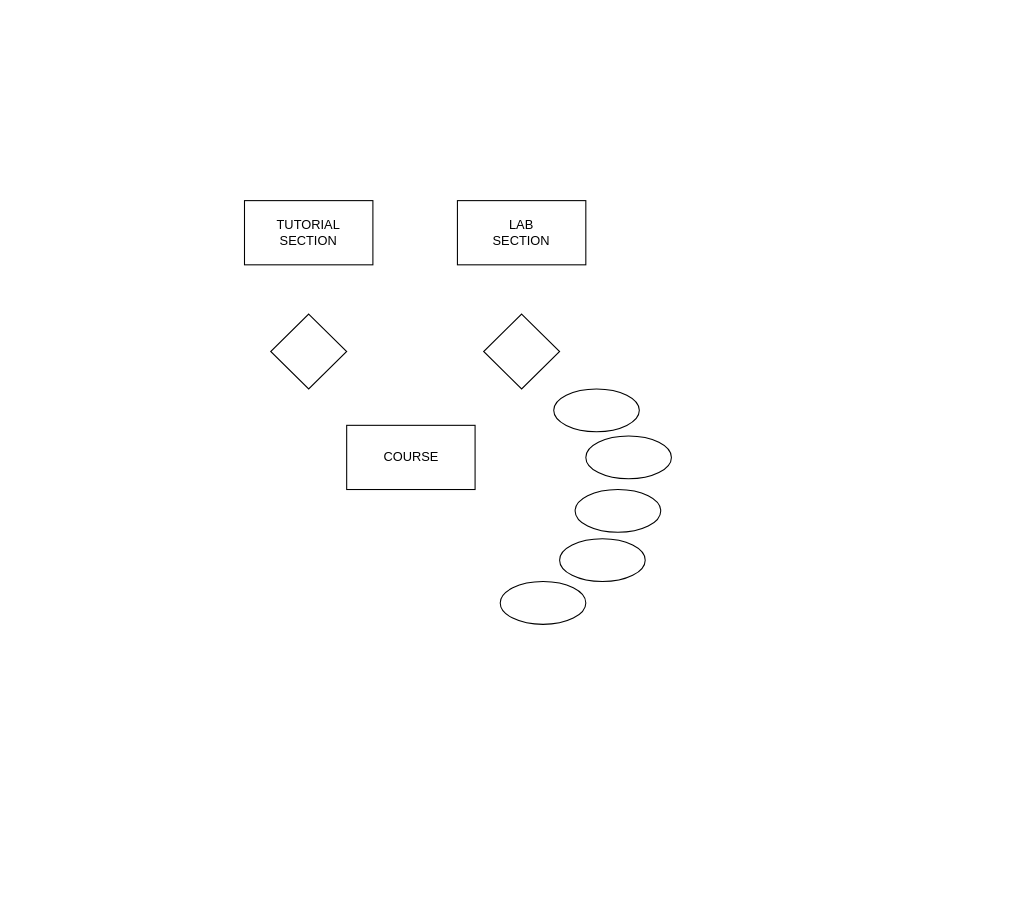
The draw.io diagram Untitled Diagram.drawio in JohnMugambi/Files, before the edit. Source tidied: cells renumbered, new cells numbered last; positions are measured from the earlier drawing's top-left corner, leaving out a move shared by most shapes. Both pictures are drawn from the tidied source at 107%, with x=0, y=0 at pixel (244, 200).
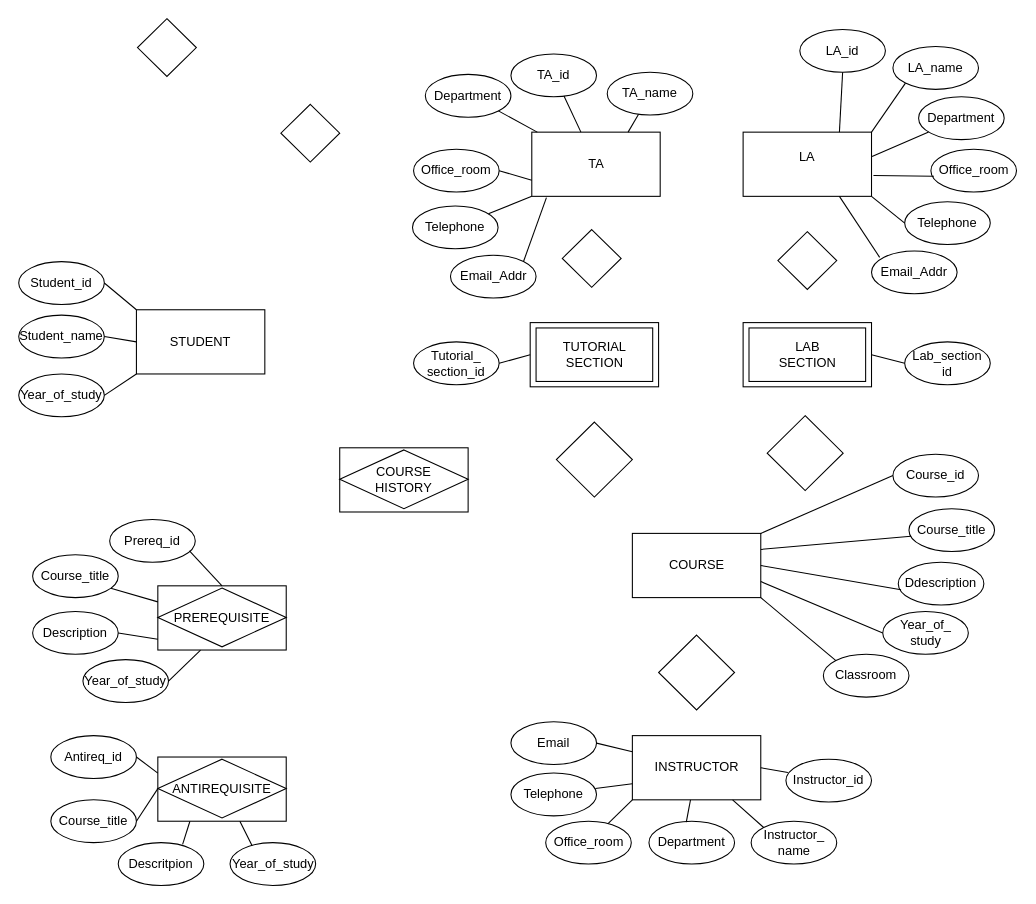
The same page after the edit.

Change to the diagram source:
```diff
@@
     <mxCell id="2" value="COURSE" style="rounded=0;whiteSpace=wrap;html=1;" parent="1" vertex="1">
-      <mxGeometry x="95.5" y="210" width="120" height="60" as="geometry" />
+      <mxGeometry x="362.5" y="311" width="120" height="60" as="geometry" />
     </mxCell>
-    <mxCell id="3" value="&lt;div&gt;LAB&lt;/div&gt;&lt;div&gt;SECTION&lt;br&gt;&lt;/div&gt;" style="rounded=0;whiteSpace=wrap;html=1;" parent="1" vertex="1">
-      <mxGeometry x="199" width="120" height="60" as="geometry" />
+    <mxCell id="3" value="&lt;div&gt;LA&lt;/div&gt;&lt;div&gt;&lt;br&gt;&lt;/div&gt;" style="rounded=0;whiteSpace=wrap;html=1;" parent="1" vertex="1">
+      <mxGeometry x="466" y="-64" width="120" height="60" as="geometry" />
     </mxCell>
-    <mxCell id="4" value="&lt;div&gt;TUTORIAL&lt;/div&gt;&lt;div&gt;SECTION&lt;br&gt;&lt;/div&gt;" style="rounded=0;whiteSpace=wrap;html=1;" parent="1" vertex="1">
-      <mxGeometry width="120" height="60" as="geometry" />
-    </mxCell>
     <mxCell id="5" style="rhombus;whiteSpace=wrap;html=1;" parent="1" vertex="1">
-      <mxGeometry x="24.5" y="106" width="71" height="70" as="geometry" />
+      <mxGeometry x="291.5" y="207" width="71" height="70" as="geometry" />
     </mxCell>
     <mxCell id="6" style="rhombus;whiteSpace=wrap;html=1;" parent="1" vertex="1">
-      <mxGeometry x="223.5" y="106" width="71" height="70" as="geometry" />
+      <mxGeometry x="488.5" y="201" width="71" height="70" as="geometry" />
     </mxCell>
-    <mxCell id="7" style="ellipse;whiteSpace=wrap;html=1;" parent="1" vertex="1">
-      <mxGeometry x="289" y="176" width="80" height="40" as="geometry" />
+    <mxCell id="7" value="Course_id" style="ellipse;whiteSpace=wrap;html=1;" parent="1" vertex="1">
+      <mxGeometry x="606" y="237" width="80" height="40" as="geometry" />
     </mxCell>
-    <mxCell id="8" style="ellipse;whiteSpace=wrap;html=1;" parent="1" vertex="1">
-      <mxGeometry x="319" y="220" width="80" height="40" as="geometry" />
+    <mxCell id="8" value="Course_title" style="ellipse;whiteSpace=wrap;html=1;" parent="1" vertex="1">
+      <mxGeometry x="621" y="288" width="80" height="40" as="geometry" />
     </mxCell>
-    <mxCell id="9" style="ellipse;whiteSpace=wrap;html=1;" parent="1" vertex="1">
-      <mxGeometry x="309" y="270" width="80" height="40" as="geometry" />
+    <mxCell id="9" value="Ddescription" style="ellipse;whiteSpace=wrap;html=1;" parent="1" vertex="1">
+      <mxGeometry x="611" y="338" width="80" height="40" as="geometry" />
     </mxCell>
-    <mxCell id="10" style="ellipse;whiteSpace=wrap;html=1;" parent="1" vertex="1">
-      <mxGeometry x="294.5" y="316" width="80" height="40" as="geometry" />
+    <mxCell id="10" value="Year_of_&lt;div&gt;study&lt;br&gt;&lt;/div&gt;" style="ellipse;whiteSpace=wrap;html=1;" parent="1" vertex="1">
+      <mxGeometry x="596.5" y="384" width="80" height="40" as="geometry" />
     </mxCell>
-    <mxCell id="11" style="ellipse;whiteSpace=wrap;html=1;" parent="1" vertex="1">
-      <mxGeometry x="239" y="356" width="80" height="40" as="geometry" />
+    <mxCell id="11" value="Classroom" style="ellipse;whiteSpace=wrap;html=1;" parent="1" vertex="1">
+      <mxGeometry x="541" y="424" width="80" height="40" as="geometry" />
     </mxCell>
+    <mxCell id="12" value="TA" style="rounded=0;whiteSpace=wrap;html=1;" parent="1" vertex="1">
+      <mxGeometry x="268.5" y="-64" width="120" height="60" as="geometry" />
+    </mxCell>
+    <mxCell id="13" style="rhombus;whiteSpace=wrap;html=1;" parent="1" vertex="1">
+      <mxGeometry x="297" y="27" width="55" height="54" as="geometry" />
+    </mxCell>
+    <mxCell id="14" style="rhombus;whiteSpace=wrap;html=1;" parent="1" vertex="1">
+      <mxGeometry x="498.5" y="29" width="55" height="54" as="geometry" />
+    </mxCell>
+    <mxCell id="4" value="&lt;div&gt;&lt;br&gt;&lt;/div&gt;&lt;div&gt;&lt;br&gt;&lt;/div&gt;" style="rounded=0;whiteSpace=wrap;html=1;" parent="1" vertex="1">
+      <mxGeometry x="267" y="114" width="120" height="60" as="geometry" />
+    </mxCell>
+    <mxCell id="15" value="&lt;div&gt;TUTORIAL&lt;/div&gt;&lt;div&gt;SECTION&lt;br&gt;&lt;/div&gt;" style="rounded=0;whiteSpace=wrap;html=1;" parent="1" vertex="1">
+      <mxGeometry x="272.5" y="119" width="109" height="50" as="geometry" />
+    </mxCell>
+    <mxCell id="16" value="&lt;div&gt;&lt;br&gt;&lt;/div&gt;&lt;div&gt;&lt;br&gt;&lt;/div&gt;" style="rounded=0;whiteSpace=wrap;html=1;" parent="1" vertex="1">
+      <mxGeometry x="466" y="114" width="120" height="60" as="geometry" />
+    </mxCell>
+    <mxCell id="17" value="&lt;div&gt;LAB&lt;/div&gt;&lt;div&gt;SECTION&lt;br&gt;&lt;/div&gt;" style="rounded=0;whiteSpace=wrap;html=1;" parent="1" vertex="1">
+      <mxGeometry x="471.5" y="119" width="109" height="50" as="geometry" />
+    </mxCell>
+    <mxCell id="18" value="INSTRUCTOR" style="rounded=0;whiteSpace=wrap;html=1;" parent="1" vertex="1">
+      <mxGeometry x="362.5" y="500" width="120" height="60" as="geometry" />
+    </mxCell>
+    <mxCell id="19" style="rhombus;whiteSpace=wrap;html=1;" parent="1" vertex="1">
+      <mxGeometry x="387" y="406" width="71" height="70" as="geometry" />
+    </mxCell>
+    <mxCell id="20" style="rhombus;whiteSpace=wrap;html=1;" parent="1" vertex="1">
+      <mxGeometry x="34" y="-90" width="55" height="54" as="geometry" />
+    </mxCell>
+    <mxCell id="21" style="rhombus;whiteSpace=wrap;html=1;" parent="1" vertex="1">
+      <mxGeometry x="-100" y="-170" width="55" height="54" as="geometry" />
+    </mxCell>
+    <mxCell id="22" value="STUDENT" style="rounded=0;whiteSpace=wrap;html=1;" parent="1" vertex="1">
+      <mxGeometry x="-101" y="102" width="120" height="60" as="geometry" />
+    </mxCell>
+    <mxCell id="23" style="group;" parent="1" vertex="1">
+      <mxGeometry x="-81" y="360" width="120" height="60" as="geometry" />
+    </mxCell>
+    <mxCell id="24" style="rounded=0;whiteSpace=wrap;html=1;" parent="23" vertex="1">
+      <mxGeometry width="120" height="60" as="geometry" />
+    </mxCell>
+    <mxCell id="25" value="PREREQUISITE" style="rhombus;whiteSpace=wrap;html=1;" parent="23" vertex="1">
+      <mxGeometry y="2" width="120" height="55" as="geometry" />
+    </mxCell>
+    <mxCell id="26" style="group;" parent="1" vertex="1">
+      <mxGeometry x="89" y="231" width="120" height="60" as="geometry" />
+    </mxCell>
+    <mxCell id="27" style="rounded=0;whiteSpace=wrap;html=1;" parent="26" vertex="1">
+      <mxGeometry width="120" height="60" as="geometry" />
+    </mxCell>
+    <mxCell id="28" value="&lt;div&gt;COURSE&lt;/div&gt;&lt;div&gt;HISTORY&lt;br&gt;&lt;/div&gt;" style="rhombus;whiteSpace=wrap;html=1;" parent="26" vertex="1">
+      <mxGeometry y="2" width="120" height="55" as="geometry" />
+    </mxCell>
+    <mxCell id="29" style="group;" parent="1" vertex="1">
+      <mxGeometry x="-81" y="520" width="120" height="60" as="geometry" />
+    </mxCell>
+    <mxCell id="30" style="rounded=0;whiteSpace=wrap;html=1;" parent="29" vertex="1">
+      <mxGeometry width="120" height="60" as="geometry" />
+    </mxCell>
+    <mxCell id="31" value="ANTIREQUISITE" style="rhombus;whiteSpace=wrap;html=1;" parent="29" vertex="1">
+      <mxGeometry y="2" width="120" height="55" as="geometry" />
+    </mxCell>
+    <mxCell id="32" value="Student_id" style="ellipse;whiteSpace=wrap;html=1;" parent="1" vertex="1">
+      <mxGeometry x="-211" y="57" width="80" height="40" as="geometry" />
+    </mxCell>
+    <mxCell id="33" value="Student_name" style="ellipse;whiteSpace=wrap;html=1;" parent="1" vertex="1">
+      <mxGeometry x="-211" y="107" width="80" height="40" as="geometry" />
+    </mxCell>
+    <mxCell id="34" value="Year_of_study" style="ellipse;whiteSpace=wrap;html=1;" parent="1" vertex="1">
+      <mxGeometry x="-211" y="162" width="80" height="40" as="geometry" />
+    </mxCell>
+    <mxCell id="35" value="Office_room" style="ellipse;whiteSpace=wrap;html=1;" parent="1" vertex="1">
+      <mxGeometry x="281.5" y="580" width="80" height="40" as="geometry" />
+    </mxCell>
+    <mxCell id="36" value="Department" style="ellipse;whiteSpace=wrap;html=1;" parent="1" vertex="1">
+      <mxGeometry x="378" y="580" width="80" height="40" as="geometry" />
+    </mxCell>
+    <mxCell id="37" value="Instructor_&lt;div&gt;name&lt;/div&gt;" style="ellipse;whiteSpace=wrap;html=1;" parent="1" vertex="1">
+      <mxGeometry x="473.5" y="580" width="80" height="40" as="geometry" />
+    </mxCell>
+    <mxCell id="38" value="Telephone" style="ellipse;whiteSpace=wrap;html=1;" parent="1" vertex="1">
+      <mxGeometry x="249" y="535" width="80" height="40" as="geometry" />
+    </mxCell>
+    <mxCell id="39" value="Email" style="ellipse;whiteSpace=wrap;html=1;" parent="1" vertex="1">
+      <mxGeometry x="249" y="487" width="80" height="40" as="geometry" />
+    </mxCell>
+    <mxCell id="40" value="Instructor_id" style="ellipse;whiteSpace=wrap;html=1;" parent="1" vertex="1">
+      <mxGeometry x="506" y="522" width="80" height="40" as="geometry" />
+    </mxCell>
+    <mxCell id="41" value="LA_name" style="ellipse;whiteSpace=wrap;html=1;" parent="1" vertex="1">
+      <mxGeometry x="606" y="-144" width="80" height="40" as="geometry" />
+    </mxCell>
+    <mxCell id="42" value="Department" style="ellipse;whiteSpace=wrap;html=1;" parent="1" vertex="1">
+      <mxGeometry x="630" y="-97" width="80" height="40" as="geometry" />
+    </mxCell>
+    <mxCell id="43" value="Office_room" style="ellipse;whiteSpace=wrap;html=1;" parent="1" vertex="1">
+      <mxGeometry x="641.5" y="-48" width="80" height="40" as="geometry" />
+    </mxCell>
+    <mxCell id="44" value="Telephone" style="ellipse;whiteSpace=wrap;html=1;" parent="1" vertex="1">
+      <mxGeometry x="617" y="1" width="80" height="40" as="geometry" />
+    </mxCell>
+    <mxCell id="45" value="Email_Addr" style="ellipse;whiteSpace=wrap;html=1;" parent="1" vertex="1">
+      <mxGeometry x="586" y="47" width="80" height="40" as="geometry" />
+    </mxCell>
+    <mxCell id="46" value="LA_id" style="ellipse;whiteSpace=wrap;html=1;" parent="1" vertex="1">
+      <mxGeometry x="519" y="-160" width="80" height="40" as="geometry" />
+    </mxCell>
+    <mxCell id="47" value="Lab_section&lt;div&gt;id&lt;br&gt;&lt;/div&gt;" style="ellipse;whiteSpace=wrap;html=1;" parent="1" vertex="1">
+      <mxGeometry x="617" y="132" width="80" height="40" as="geometry" />
+    </mxCell>
+    <mxCell id="48" value="Tutorial_&lt;div&gt;section_id&lt;br&gt;&lt;/div&gt;" style="ellipse;whiteSpace=wrap;html=1;" parent="1" vertex="1">
+      <mxGeometry x="158" y="132" width="80" height="40" as="geometry" />
+    </mxCell>
+    <mxCell id="49" value="Prereq_id" style="ellipse;whiteSpace=wrap;html=1;" parent="1" vertex="1">
+      <mxGeometry x="-126" y="298" width="80" height="40" as="geometry" />
+    </mxCell>
+    <mxCell id="50" value="Course_title" style="ellipse;whiteSpace=wrap;html=1;" parent="1" vertex="1">
+      <mxGeometry x="-198" y="331" width="80" height="40" as="geometry" />
+    </mxCell>
+    <mxCell id="51" value="Description" style="ellipse;whiteSpace=wrap;html=1;" parent="1" vertex="1">
+      <mxGeometry x="-198" y="384" width="80" height="40" as="geometry" />
+    </mxCell>
+    <mxCell id="52" value="Antireq_id" style="ellipse;whiteSpace=wrap;html=1;" parent="1" vertex="1">
+      <mxGeometry x="-181" y="500" width="80" height="40" as="geometry" />
+    </mxCell>
+    <mxCell id="53" value="Course_title" style="ellipse;whiteSpace=wrap;html=1;" parent="1" vertex="1">
+      <mxGeometry x="-181" y="560" width="80" height="40" as="geometry" />
+    </mxCell>
+    <mxCell id="54" value="Descritpion" style="ellipse;whiteSpace=wrap;html=1;" parent="1" vertex="1">
+      <mxGeometry x="-118" y="600" width="80" height="40" as="geometry" />
+    </mxCell>
+    <mxCell id="55" value="Year_of_study" style="ellipse;whiteSpace=wrap;html=1;" parent="1" vertex="1">
+      <mxGeometry x="-151" y="429" width="80" height="40" as="geometry" />
+    </mxCell>
+    <mxCell id="56" value="Year_of_study" style="ellipse;whiteSpace=wrap;html=1;" parent="1" vertex="1">
+      <mxGeometry x="-13.5" y="600" width="80" height="40" as="geometry" />
+    </mxCell>
+    <mxCell id="57" value="Department" style="ellipse;whiteSpace=wrap;html=1;" parent="1" vertex="1">
+      <mxGeometry x="169" y="-118" width="80" height="40" as="geometry" />
+    </mxCell>
+    <mxCell id="58" value="Office_room" style="ellipse;whiteSpace=wrap;html=1;" parent="1" vertex="1">
+      <mxGeometry x="158" y="-48" width="80" height="40" as="geometry" />
+    </mxCell>
+    <mxCell id="59" value="Telephone" style="ellipse;whiteSpace=wrap;html=1;" parent="1" vertex="1">
+      <mxGeometry x="157" y="5" width="80" height="40" as="geometry" />
+    </mxCell>
+    <mxCell id="60" value="Email_Addr" style="ellipse;whiteSpace=wrap;html=1;" parent="1" vertex="1">
+      <mxGeometry x="192.5" y="51" width="80" height="40" as="geometry" />
+    </mxCell>
+    <mxCell id="61" value="TA_name" style="ellipse;whiteSpace=wrap;html=1;" parent="1" vertex="1">
+      <mxGeometry x="339" y="-120" width="80" height="40" as="geometry" />
+    </mxCell>
+    <mxCell id="62" value="TA_id" style="ellipse;whiteSpace=wrap;html=1;" parent="1" vertex="1">
+      <mxGeometry x="249" y="-137" width="80" height="40" as="geometry" />
+    </mxCell>
+    <mxCell id="63" style="endArrow=none;html=1;exitX=1;exitY=0.5;exitDx=0;exitDy=0;entryX=0;entryY=0;entryDx=0;entryDy=0;" parent="1" edge="1" source="32" target="22">
+      <mxGeometry relative="1" as="geometry" />
+    </mxCell>
+    <mxCell id="64" style="endArrow=none;html=1;exitX=1;exitY=0.5;exitDx=0;exitDy=0;entryX=0;entryY=0.5;entryDx=0;entryDy=0;" parent="1" edge="1" source="33" target="22">
+      <mxGeometry relative="1" as="geometry" />
+    </mxCell>
+    <mxCell id="65" style="endArrow=none;html=1;exitX=1;exitY=0.5;exitDx=0;exitDy=0;entryX=0;entryY=1;entryDx=0;entryDy=0;" parent="1" edge="1" source="34" target="22">
+      <mxGeometry relative="1" as="geometry" />
+    </mxCell>
+    <mxCell id="66" style="endArrow=none;html=1;exitX=0.932;exitY=0.732;exitDx=0;exitDy=0;exitPerimeter=0;entryX=0.5;entryY=0;entryDx=0;entryDy=0;" parent="1" edge="1" source="49" target="24">
+      <mxGeometry relative="1" as="geometry" />
+    </mxCell>
+    <mxCell id="67" style="endArrow=none;html=1;entryX=0;entryY=0.25;entryDx=0;entryDy=0;exitX=0.913;exitY=0.782;exitDx=0;exitDy=0;exitPerimeter=0;" parent="1" edge="1" source="50" target="24">
+      <mxGeometry relative="1" as="geometry" />
+    </mxCell>
+    <mxCell id="68" style="endArrow=none;html=1;exitX=1;exitY=0.5;exitDx=0;exitDy=0;" parent="1" edge="1" source="51">
+      <mxGeometry relative="1" as="geometry">
+        <mxPoint x="-81" y="410" as="targetPoint" />
+      </mxGeometry>
+    </mxCell>
+    <mxCell id="69" style="endArrow=none;html=1;exitX=1;exitY=0.5;exitDx=0;exitDy=0;entryX=0.333;entryY=1;entryDx=0;entryDy=0;entryPerimeter=0;" parent="1" edge="1" source="55" target="24">
+      <mxGeometry relative="1" as="geometry" />
+    </mxCell>
+    <mxCell id="70" style="endArrow=none;html=1;exitX=1;exitY=0.5;exitDx=0;exitDy=0;entryX=0;entryY=0.25;entryDx=0;entryDy=0;" parent="1" edge="1" source="52" target="30">
+      <mxGeometry relative="1" as="geometry" />
+    </mxCell>
+    <mxCell id="71" style="endArrow=none;html=1;exitX=1;exitY=0.5;exitDx=0;exitDy=0;entryX=0;entryY=0.5;entryDx=0;entryDy=0;" parent="1" edge="1" source="53" target="31">
+      <mxGeometry relative="1" as="geometry" />
+    </mxCell>
+    <mxCell id="72" style="endArrow=none;html=1;exitX=0.752;exitY=0.039;exitDx=0;exitDy=0;exitPerimeter=0;entryX=0.25;entryY=1;entryDx=0;entryDy=0;" parent="1" edge="1" source="54" target="30">
+      <mxGeometry relative="1" as="geometry" />
+    </mxCell>
+    <mxCell id="73" style="endArrow=none;html=1;exitX=0.258;exitY=0.075;exitDx=0;exitDy=0;exitPerimeter=0;entryX=0.639;entryY=1.002;entryDx=0;entryDy=0;entryPerimeter=0;" parent="1" edge="1" source="56" target="30">
+      <mxGeometry relative="1" as="geometry" />
+    </mxCell>
+    <mxCell id="74" style="endArrow=none;html=1;exitX=1;exitY=0.5;exitDx=0;exitDy=0;entryX=0;entryY=0.25;entryDx=0;entryDy=0;" parent="1" edge="1" source="39" target="18">
+      <mxGeometry relative="1" as="geometry" />
+    </mxCell>
+    <mxCell id="75" style="endArrow=none;html=1;exitX=0.986;exitY=0.361;exitDx=0;exitDy=0;exitPerimeter=0;entryX=0;entryY=0.75;entryDx=0;entryDy=0;" parent="1" edge="1" source="38" target="18">
+      <mxGeometry relative="1" as="geometry" />
+    </mxCell>
+    <mxCell id="76" style="endArrow=none;html=1;entryX=0;entryY=1;entryDx=0;entryDy=0;" parent="1" edge="1" source="35" target="18">
+      <mxGeometry relative="1" as="geometry" />
+    </mxCell>
+    <mxCell id="77" style="endArrow=none;html=1;exitX=0.436;exitY=0.021;exitDx=0;exitDy=0;exitPerimeter=0;" parent="1" edge="1" source="36" target="18">
+      <mxGeometry relative="1" as="geometry" />
+    </mxCell>
+    <mxCell id="78" style="endArrow=none;html=1;exitX=0;exitY=0;exitDx=0;exitDy=0;" parent="1" edge="1" source="37" target="18">
+      <mxGeometry relative="1" as="geometry" />
+    </mxCell>
+    <mxCell id="79" style="endArrow=none;html=1;exitX=1;exitY=0.5;exitDx=0;exitDy=0;entryX=0.023;entryY=0.311;entryDx=0;entryDy=0;entryPerimeter=0;" parent="1" edge="1" source="18" target="40">
+      <mxGeometry relative="1" as="geometry" />
+    </mxCell>
+    <mxCell id="80" style="endArrow=none;html=1;entryX=0;entryY=0;entryDx=0;entryDy=0;exitX=1;exitY=1;exitDx=0;exitDy=0;" parent="1" edge="1" source="2" target="11">
+      <mxGeometry relative="1" as="geometry" />
+    </mxCell>
+    <mxCell id="81" style="endArrow=none;html=1;entryX=0;entryY=0.5;entryDx=0;entryDy=0;exitX=1;exitY=0.75;exitDx=0;exitDy=0;" parent="1" edge="1" source="2" target="10">
+      <mxGeometry relative="1" as="geometry" />
+    </mxCell>
+    <mxCell id="82" style="endArrow=none;html=1;entryX=0.032;entryY=0.643;entryDx=0;entryDy=0;entryPerimeter=0;exitX=1;exitY=0.5;exitDx=0;exitDy=0;" parent="1" edge="1" source="2" target="9">
+      <mxGeometry relative="1" as="geometry" />
+    </mxCell>
+    <mxCell id="83" style="endArrow=none;html=1;entryX=0.023;entryY=0.643;entryDx=0;entryDy=0;entryPerimeter=0;exitX=1;exitY=0.25;exitDx=0;exitDy=0;" parent="1" edge="1" source="2" target="8">
+      <mxGeometry relative="1" as="geometry" />
+    </mxCell>
+    <mxCell id="84" style="endArrow=none;html=1;entryX=0;entryY=0.5;entryDx=0;entryDy=0;exitX=1;exitY=0;exitDx=0;exitDy=0;" parent="1" edge="1" source="2" target="7">
+      <mxGeometry relative="1" as="geometry" />
+    </mxCell>
+    <mxCell id="85" style="endArrow=none;html=1;entryX=0;entryY=0.5;entryDx=0;entryDy=0;exitX=1;exitY=0.5;exitDx=0;exitDy=0;" parent="1" edge="1" source="16" target="47">
+      <mxGeometry relative="1" as="geometry" />
+    </mxCell>
+    <mxCell id="86" style="endArrow=none;html=1;entryX=0.095;entryY=0.15;entryDx=0;entryDy=0;entryPerimeter=0;exitX=0.75;exitY=1;exitDx=0;exitDy=0;" parent="1" edge="1" source="3" target="45">
+      <mxGeometry relative="1" as="geometry" />
+    </mxCell>
+    <mxCell id="87" style="endArrow=none;html=1;entryX=0;entryY=0.5;entryDx=0;entryDy=0;exitX=1;exitY=1;exitDx=0;exitDy=0;" parent="1" edge="1" source="3" target="44">
+      <mxGeometry relative="1" as="geometry" />
+    </mxCell>
+    <mxCell id="88" style="endArrow=none;html=1;entryX=0.035;entryY=0.632;entryDx=0;entryDy=0;entryPerimeter=0;exitX=1.015;exitY=0.676;exitDx=0;exitDy=0;exitPerimeter=0;" parent="1" edge="1" source="3" target="43">
+      <mxGeometry relative="1" as="geometry" />
+    </mxCell>
+    <mxCell id="89" style="endArrow=none;html=1;exitX=1.004;exitY=0.379;exitDx=0;exitDy=0;exitPerimeter=0;" parent="1" edge="1" source="3" target="42">
+      <mxGeometry relative="1" as="geometry" />
+    </mxCell>
+    <mxCell id="90" style="endArrow=none;html=1;entryX=0;entryY=1;entryDx=0;entryDy=0;exitX=1;exitY=0;exitDx=0;exitDy=0;" parent="1" edge="1" source="3" target="41">
+      <mxGeometry relative="1" as="geometry" />
+    </mxCell>
+    <mxCell id="91" style="endArrow=none;html=1;entryX=0.5;entryY=1;entryDx=0;entryDy=0;exitX=0.75;exitY=0;exitDx=0;exitDy=0;" parent="1" edge="1" source="3" target="46">
+      <mxGeometry relative="1" as="geometry" />
+    </mxCell>
+    <mxCell id="92" style="endArrow=none;html=1;exitX=0.75;exitY=0;exitDx=0;exitDy=0;" parent="1" edge="1" source="12" target="61">
+      <mxGeometry relative="1" as="geometry" />
+    </mxCell>
+    <mxCell id="93" style="endArrow=none;html=1;entryX=0.62;entryY=0.982;entryDx=0;entryDy=0;entryPerimeter=0;" parent="1" edge="1" source="12" target="62">
+      <mxGeometry relative="1" as="geometry" />
+    </mxCell>
+    <mxCell id="94" style="endArrow=none;html=1;entryX=1;entryY=1;entryDx=0;entryDy=0;" parent="1" edge="1" source="12" target="57">
+      <mxGeometry relative="1" as="geometry" />
+    </mxCell>
+    <mxCell id="95" style="endArrow=none;html=1;exitX=1;exitY=0;exitDx=0;exitDy=0;entryX=0.114;entryY=1.021;entryDx=0;entryDy=0;entryPerimeter=0;" parent="1" edge="1" source="60" target="12">
+      <mxGeometry relative="1" as="geometry" />
+    </mxCell>
+    <mxCell id="96" style="endArrow=none;html=1;entryX=0;entryY=1;entryDx=0;entryDy=0;" parent="1" edge="1" source="59" target="12">
+      <mxGeometry relative="1" as="geometry" />
+    </mxCell>
+    <mxCell id="97" style="endArrow=none;html=1;entryX=0;entryY=0.75;entryDx=0;entryDy=0;exitX=1;exitY=0.5;exitDx=0;exitDy=0;" parent="1" edge="1" source="58" target="12">
+      <mxGeometry relative="1" as="geometry" />
+    </mxCell>
+    <mxCell id="98" style="endArrow=none;html=1;exitX=1;exitY=0.5;exitDx=0;exitDy=0;entryX=0;entryY=0.5;entryDx=0;entryDy=0;" parent="1" edge="1" source="48" target="4">
+      <mxGeometry relative="1" as="geometry" />
+    </mxCell>
```
